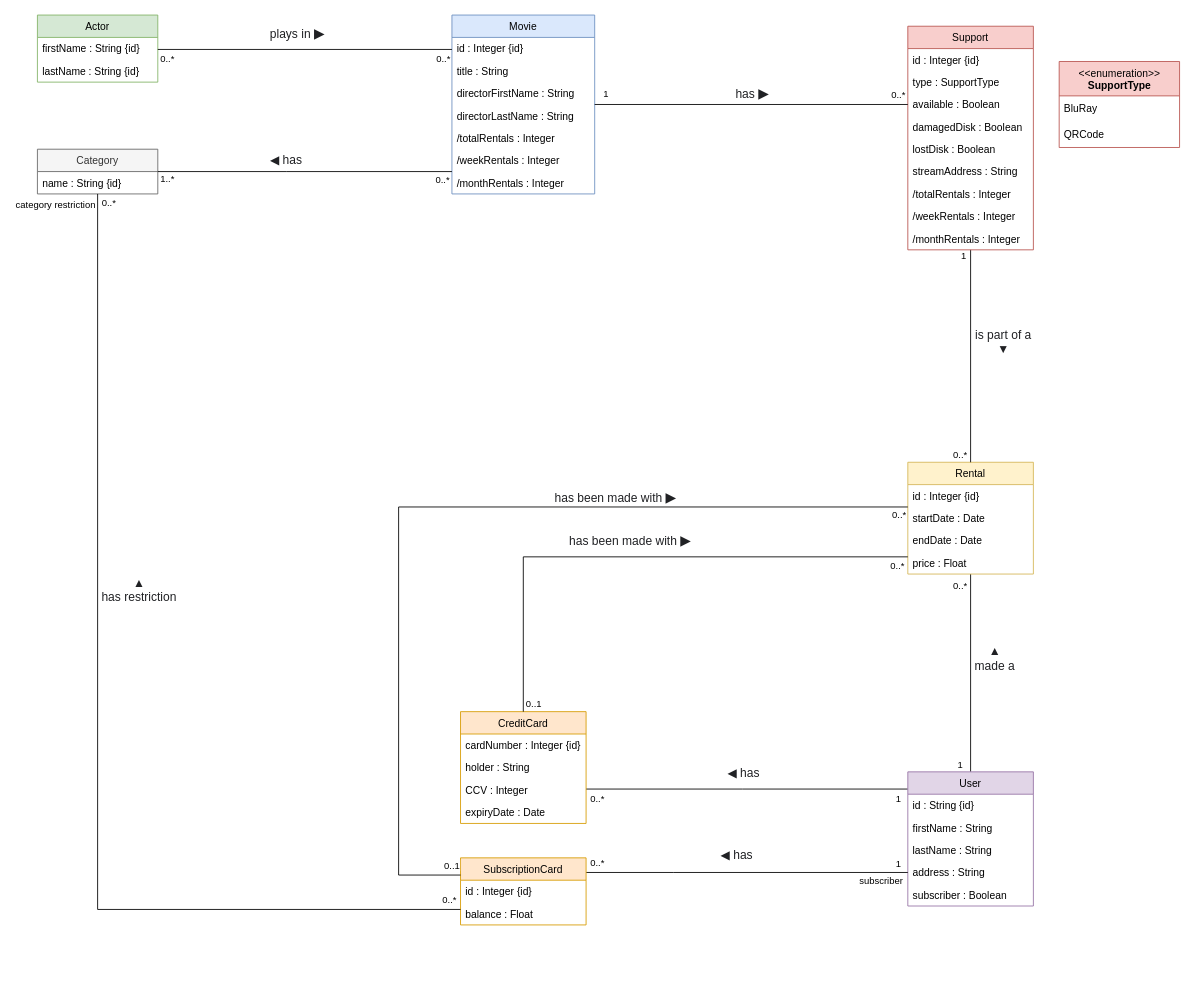
Before: doc/BD_diagram.drawio in David-mrc/ProjetS7, a draw.io diagram. Source tidied: cells renumbered, new cells numbered last; positions are measured from the earlier drawing's top-left corner, leaving out a move shared by most shapes. Both pictures are drawn from the tidied source at 86%, with x=0, y=0 at pixel (37, 15).
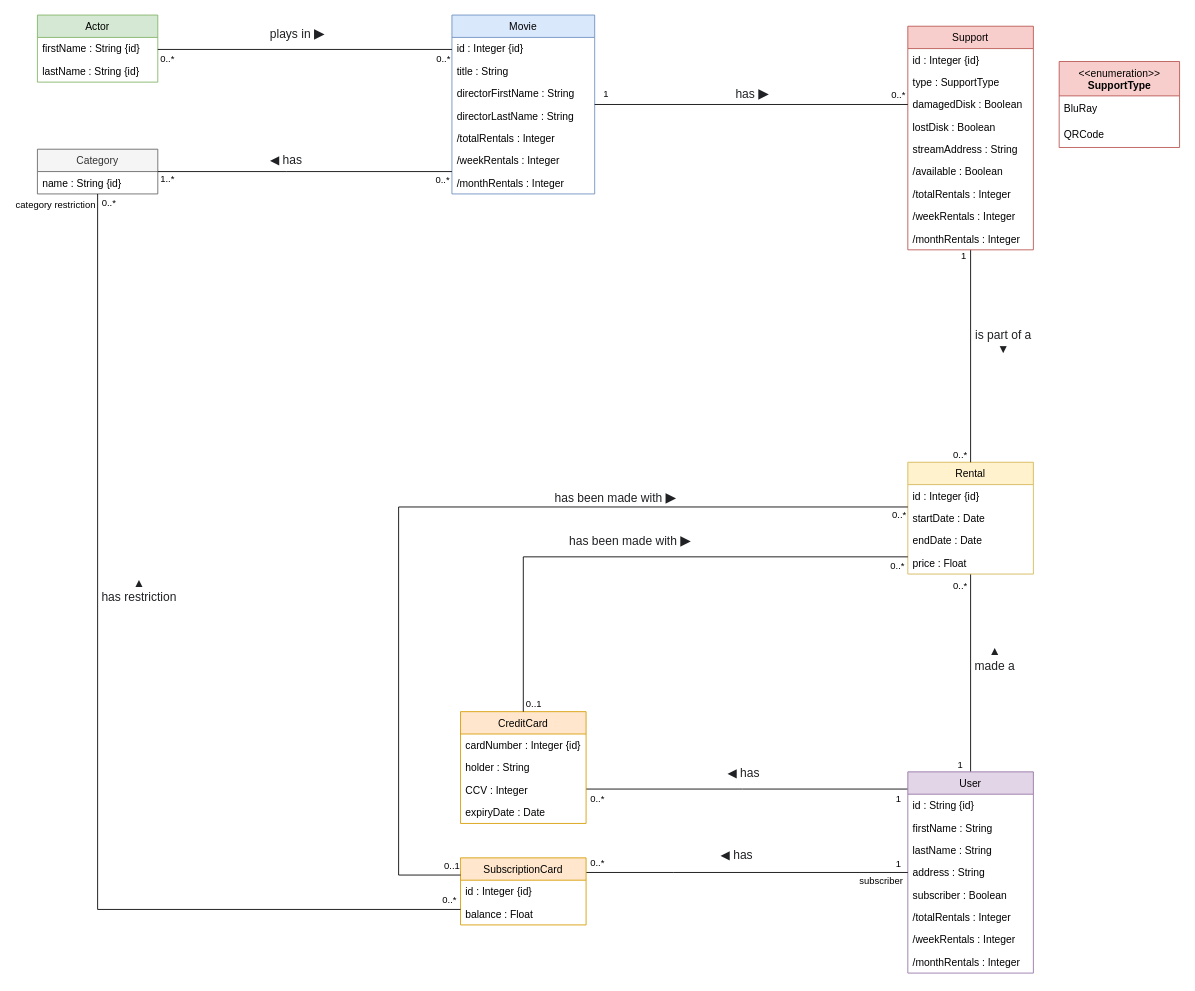
The same page after the edit.

The change refers to these unchanged cells:
```xml
<mxCell id="26" value="Support" style="swimlane;fontStyle=0;horizontal=1;startSize=26;fillColor=#f8cecc;strokeColor=#b85450;" parent="1" vertex="1">
  <mxGeometry x="1012.1" y="13" width="146" height="260" as="geometry" />
</mxCell>
```

Diff of the diagram source:
```diff
@@
-    <mxCell id="29" value="available : Boolean" style="text;strokeColor=none;fillColor=none;align=left;verticalAlign=top;spacingLeft=4;spacingRight=4;overflow=hidden;" parent="26" vertex="1">
-      <mxGeometry y="78" width="146" height="26" as="geometry" />
-    </mxCell>
     <mxCell id="30" value="damagedDisk : Boolean" style="text;strokeColor=none;fillColor=none;align=left;verticalAlign=top;spacingLeft=4;spacingRight=4;overflow=hidden;" parent="26" vertex="1">
-      <mxGeometry y="104" width="146" height="26" as="geometry" />
+      <mxGeometry y="78" width="146" height="26" as="geometry" />
     </mxCell>
     <mxCell id="31" value="lostDisk : Boolean" style="text;strokeColor=none;fillColor=none;align=left;verticalAlign=top;spacingLeft=4;spacingRight=4;overflow=hidden;" parent="26" vertex="1">
-      <mxGeometry y="130" width="146" height="26" as="geometry" />
+      <mxGeometry y="104" width="146" height="26" as="geometry" />
     </mxCell>
     <mxCell id="32" value="streamAddress : String" style="text;strokeColor=none;fillColor=none;align=left;verticalAlign=top;spacingLeft=4;spacingRight=4;overflow=hidden;" parent="26" vertex="1">
-      <mxGeometry y="156" width="146" height="26" as="geometry" />
+      <mxGeometry y="130" width="146" height="26" as="geometry" />
     </mxCell>
+    <mxCell id="29" value="/available : Boolean" style="text;strokeColor=none;fillColor=none;align=left;verticalAlign=top;spacingLeft=4;spacingRight=4;overflow=hidden;" parent="26" vertex="1">
+      <mxGeometry y="156" width="146" height="26" as="geometry" />
+    </mxCell>
@@
     <mxCell id="40" value="User" style="swimlane;fontStyle=0;horizontal=1;startSize=26;fillColor=#e1d5e7;strokeColor=#9673a6;" parent="1" vertex="1">
-      <mxGeometry x="1012.1" y="880" width="146" height="156" as="geometry" />
+      <mxGeometry x="1012.1" y="880" width="146" height="234" as="geometry" />
     </mxCell>
@@
+    <mxCell id="89" value="/totalRentals : Integer" style="text;strokeColor=none;fillColor=none;align=left;verticalAlign=top;spacingLeft=4;spacingRight=4;overflow=hidden;" parent="40" vertex="1">
+      <mxGeometry y="156" width="146" height="26" as="geometry" />
+    </mxCell>
+    <mxCell id="90" value="/weekRentals : Integer" style="text;strokeColor=none;fillColor=none;align=left;verticalAlign=top;spacingLeft=4;spacingRight=4;overflow=hidden;" parent="40" vertex="1">
+      <mxGeometry y="182" width="146" height="26" as="geometry" />
+    </mxCell>
+    <mxCell id="91" value="/monthRentals : Integer" style="text;strokeColor=none;fillColor=none;align=left;verticalAlign=top;spacingLeft=4;spacingRight=4;overflow=hidden;" parent="40" vertex="1">
+      <mxGeometry y="208" width="146" height="26" as="geometry" />
+    </mxCell>
```
